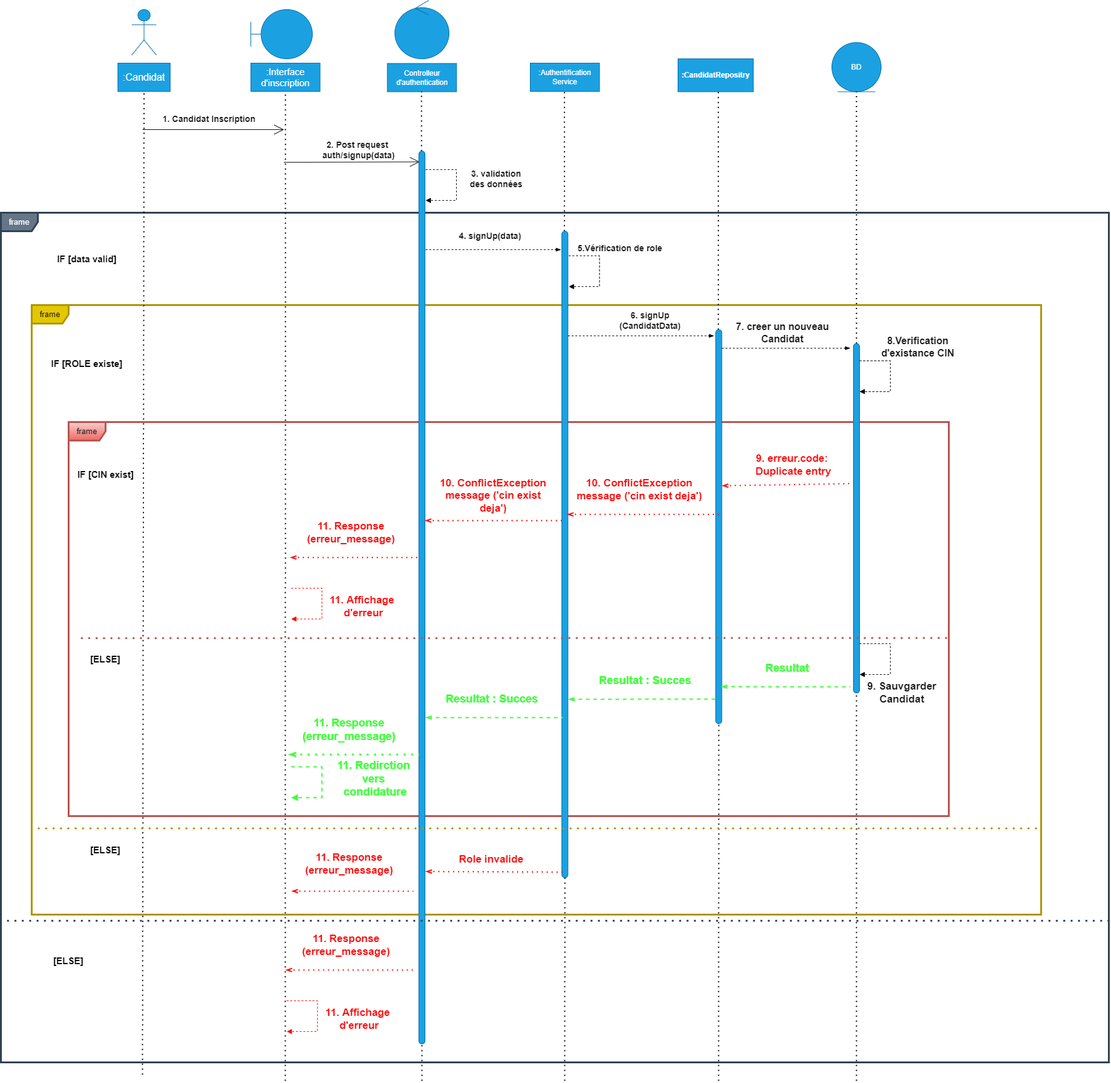
This is s'inscrir.drawio.png from yassineraddaoui/UmlPFE, a draw.io export, as it was before one commit. Source tidied: cells renumbered, new cells last; positions are measured from the earlier drawing's top-left corner, leaving out a move shared by most shapes.
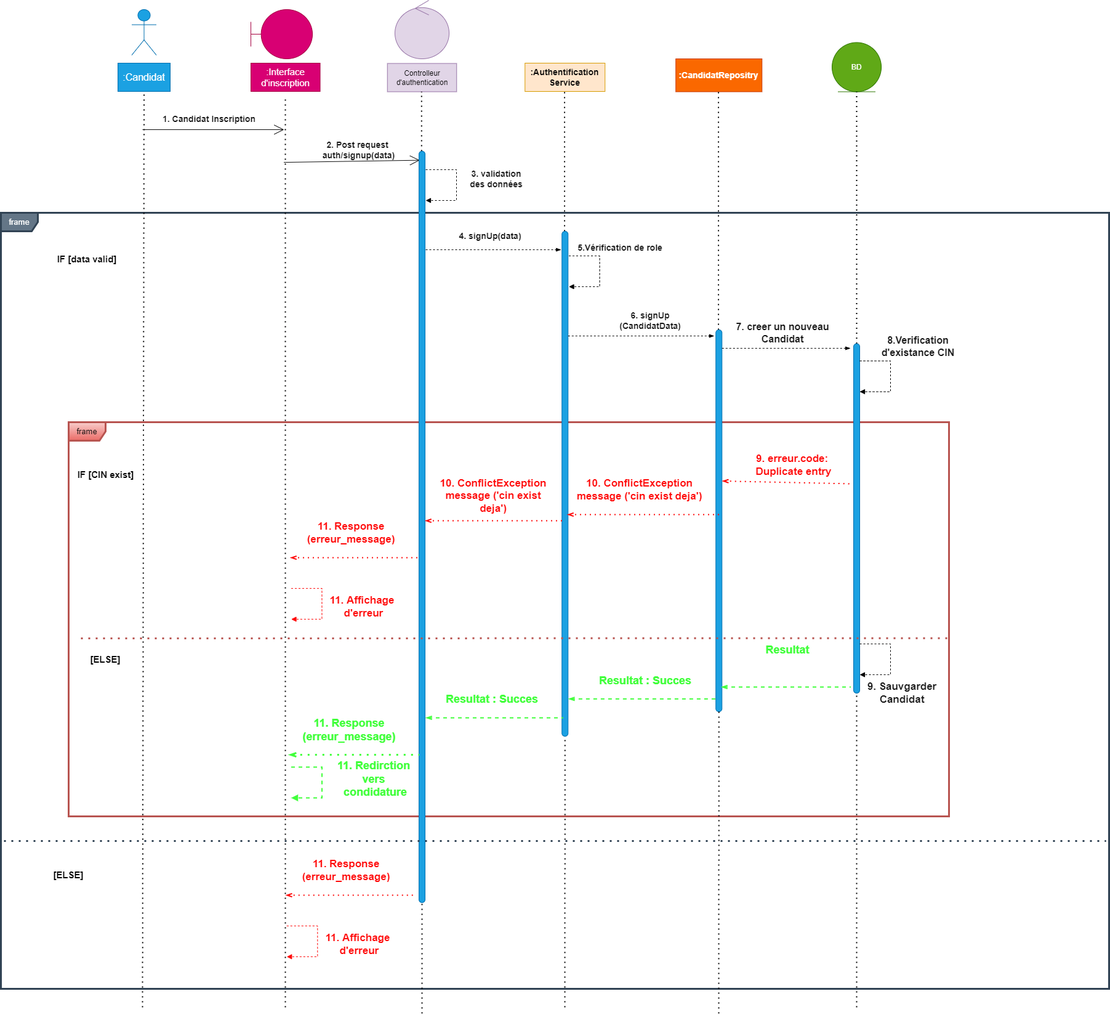
Above is the later version.

The edit, as a diff of the source:
```diff
@@ -5,7 +5,4 @@
     <mxCell id="2" value="frame" style="shape=umlFrame;whiteSpace=wrap;html=1;labelBackgroundColor=none;fontSize=13;fontColor=#ffffff;fillColor=#647687;strokeColor=#314354;strokeWidth=3;" parent="1" vertex="1">
-      <mxGeometry y="345" width="1800" height="1380" as="geometry" />
+      <mxGeometry y="345" width="1800" height="1260" as="geometry" />
     </mxCell>
-    <mxCell id="3" value="frame" style="shape=umlFrame;whiteSpace=wrap;html=1;labelBackgroundColor=none;fontSize=13;fontColor=#000000;fillColor=#e3c800;strokeColor=#B09500;strokeWidth=3;" parent="1" vertex="1">
-      <mxGeometry x="50" y="495" width="1640" height="990" as="geometry" />
-    </mxCell>
     <mxCell id="4" value="frame" style="shape=umlFrame;whiteSpace=wrap;html=1;labelBackgroundColor=none;fontSize=13;fillColor=#f8cecc;gradientColor=#ea6b66;strokeColor=#b85450;strokeWidth=3;" parent="1" vertex="1">
@@ -24,9 +21,9 @@
       <mxGeometry relative="1" as="geometry">
-        <mxPoint x="230" y="1745" as="sourcePoint" />
+        <mxPoint x="230" y="1635" as="sourcePoint" />
       </mxGeometry>
     </mxCell>
-    <mxCell id="9" style="shape=umlBoundary;whiteSpace=wrap;html=1;hachureGap=4;fillColor=#1ba1e2;fontColor=#ffffff;strokeColor=#006EAF;" parent="1" vertex="1">
+    <mxCell id="9" style="shape=umlBoundary;whiteSpace=wrap;html=1;hachureGap=4;fillColor=#d80073;fontColor=#ffffff;strokeColor=#A50040;" parent="1" vertex="1">
       <mxGeometry x="406" y="15" width="100" height="80" as="geometry" />
     </mxCell>
-    <mxCell id="10" value="&lt;font style=&quot;font-size: 15px;&quot;&gt;:Interface d'inscription&lt;/font&gt;" style="rounded=0;whiteSpace=wrap;html=1;fontColor=#ffffff;fillColor=#1ba1e2;strokeColor=#006EAF;" parent="1" vertex="1">
+    <mxCell id="10" value="&lt;font style=&quot;font-size: 15px;&quot;&gt;:Interface d'inscription&lt;/font&gt;" style="rounded=0;whiteSpace=wrap;html=1;fontColor=#ffffff;fillColor=#d80073;strokeColor=#A50040;" parent="1" vertex="1">
       <mxGeometry x="406" y="102" width="112.5" height="46" as="geometry" />
@@ -42,6 +39,6 @@
     </mxCell>
-    <mxCell id="13" style="ellipse;shape=umlControl;whiteSpace=wrap;html=1;hachureGap=4;fillColor=#1ba1e2;strokeColor=#006EAF;fontColor=#ffffff;" parent="1" vertex="1">
+    <mxCell id="13" style="ellipse;shape=umlControl;whiteSpace=wrap;html=1;hachureGap=4;fillColor=#e1d5e7;strokeColor=#9673a6;" parent="1" vertex="1">
       <mxGeometry x="640" width="88" height="95" as="geometry" />
     </mxCell>
-    <mxCell id="14" value="Controlleur d'authentication" style="rounded=0;whiteSpace=wrap;html=1;fontColor=#ffffff;fillColor=#1ba1e2;strokeColor=#006EAF;" parent="1" vertex="1">
+    <mxCell id="14" value="Controlleur d'authentication" style="rounded=0;whiteSpace=wrap;html=1;fillColor=#e1d5e7;strokeColor=#9673a6;" parent="1" vertex="1">
       <mxGeometry x="627.8" y="102.5" width="112.5" height="46" as="geometry" />
@@ -61,4 +58,4 @@
     </mxCell>
-    <mxCell id="18" value=":Authentification Service" style="rounded=0;whiteSpace=wrap;html=1;fontColor=#ffffff;fillColor=#1ba1e2;strokeColor=#006EAF;" parent="1" vertex="1">
-      <mxGeometry x="860" y="102" width="112.5" height="46" as="geometry" />
+    <mxCell id="18" value="&lt;font style=&quot;font-size: 14px;&quot;&gt;&lt;b&gt;:Authentification Service&lt;/b&gt;&lt;/font&gt;" style="rounded=0;whiteSpace=wrap;html=1;fillColor=#ffe6cc;strokeColor=#d79b00;" parent="1" vertex="1">
+      <mxGeometry x="851.2" y="102" width="130" height="46" as="geometry" />
     </mxCell>
@@ -70,3 +67,3 @@
     <mxCell id="20" style="points=[];perimeter=orthogonalPerimeter;rounded=1;shadow=0;strokeWidth=1;fillColor=#1ba1e2;fontColor=#ffffff;strokeColor=#006EAF;arcSize=50;" parent="1" vertex="1">
-      <mxGeometry x="679" y="245" width="10" height="1450" as="geometry" />
+      <mxGeometry x="679" y="245" width="10" height="1220" as="geometry" />
     </mxCell>
@@ -74,3 +71,3 @@
       <mxGeometry relative="1" as="geometry">
-        <mxPoint x="684" y="1755" as="sourcePoint" />
+        <mxPoint x="684" y="1645" as="sourcePoint" />
       </mxGeometry>
@@ -99,3 +96,3 @@
     <mxCell id="26" style="points=[];perimeter=orthogonalPerimeter;rounded=1;shadow=0;strokeWidth=1;fillColor=#1ba1e2;fontColor=#ffffff;strokeColor=#006EAF;arcSize=50;" parent="1" vertex="1">
-      <mxGeometry x="911.2" y="375" width="10" height="1050" as="geometry" />
+      <mxGeometry x="911.2" y="375" width="10" height="820" as="geometry" />
     </mxCell>
@@ -103,3 +100,3 @@
       <mxGeometry relative="1" as="geometry">
-        <mxPoint x="916" y="1755" as="sourcePoint" />
+        <mxPoint x="916" y="1635" as="sourcePoint" />
       </mxGeometry>
@@ -118,4 +115,4 @@
     </mxCell>
-    <mxCell id="30" value="&lt;b&gt;:CandidatRepositry&lt;/b&gt;" style="rounded=0;whiteSpace=wrap;html=1;fontColor=#ffffff;fillColor=#1ba1e2;strokeColor=#006EAF;" parent="1" vertex="1">
-      <mxGeometry x="1100" y="95" width="122.5" height="53.5" as="geometry" />
+    <mxCell id="30" value="&lt;b&gt;&lt;font style=&quot;font-size: 14px;&quot; color=&quot;#ffffff&quot;&gt;:CandidatRepositry&lt;/font&gt;&lt;/b&gt;" style="rounded=0;whiteSpace=wrap;html=1;fillColor=#fa6800;strokeColor=#C73500;fontColor=#000000;" parent="1" vertex="1">
+      <mxGeometry x="1096.2" y="95" width="140" height="53.5" as="geometry" />
     </mxCell>
@@ -127,3 +124,3 @@
     <mxCell id="32" style="points=[];perimeter=orthogonalPerimeter;rounded=1;shadow=0;strokeWidth=1;fillColor=#1ba1e2;fontColor=#ffffff;strokeColor=#006EAF;arcSize=50;" parent="1" vertex="1">
-      <mxGeometry x="1161.2" y="535" width="10" height="640" as="geometry" />
+      <mxGeometry x="1161.2" y="535" width="10" height="620" as="geometry" />
     </mxCell>
@@ -131,6 +128,6 @@
       <mxGeometry relative="1" as="geometry">
-        <mxPoint x="1166" y="1755" as="sourcePoint" />
+        <mxPoint x="1166" y="1645" as="sourcePoint" />
       </mxGeometry>
     </mxCell>
-    <mxCell id="34" value="BD" style="ellipse;shape=umlEntity;whiteSpace=wrap;html=1;hachureGap=4;fillColor=#1ba1e2;fontColor=#ffffff;strokeColor=#006EAF;" parent="1" vertex="1">
+    <mxCell id="34" value="BD" style="ellipse;shape=umlEntity;whiteSpace=wrap;html=1;hachureGap=4;fillColor=#60a917;fontColor=#ffffff;strokeColor=#2D7600;" parent="1" vertex="1">
       <mxGeometry x="1350" y="68.5" width="80" height="80" as="geometry" />
@@ -154,3 +151,3 @@
       <mxGeometry relative="1" as="geometry">
-        <mxPoint x="1390" y="1755" as="sourcePoint" />
+        <mxPoint x="1390" y="1635" as="sourcePoint" />
       </mxGeometry>
@@ -220,4 +217,5 @@
     </mxCell>
-    <mxCell id="53" style="endArrow=none;dashed=1;html=1;strokeWidth=2;rounded=0;fontSize=14;fontColor=#FF0808;startArrow=openThin;startFill=0;strokeColor=#41FF3B;fillColor=#60a917;exitX=0.875;exitY=0.906;exitDx=0;exitDy=0;exitPerimeter=0;" parent="1" edge="1" source="32">
+    <mxCell id="53" style="endArrow=none;dashed=1;html=1;strokeWidth=2;rounded=0;fontSize=14;fontColor=#FF0808;startArrow=openThin;startFill=0;strokeColor=#41FF3B;fillColor=#60a917;" parent="1" edge="1">
       <mxGeometry relative="1" as="geometry">
+        <mxPoint x="1170" y="1115" as="sourcePoint" />
         <mxPoint x="1380" y="1115" as="targetPoint" />
@@ -226,7 +224,7 @@
     <mxCell id="54" value="&lt;font color=&quot;#41ff3b&quot; style=&quot;font-size: 18px;&quot;&gt;&lt;b style=&quot;font-size: 18px;&quot;&gt;Resultat&lt;/b&gt;&lt;/font&gt;" style="text;html=1;strokeColor=none;fillColor=none;align=center;verticalAlign=middle;whiteSpace=wrap;rounded=0;labelBackgroundColor=#FFFFFF;fontSize=18;fontColor=#FF0808;" parent="1" vertex="1">
-      <mxGeometry x="1180" y="1065" width="196.2" height="40" as="geometry" />
+      <mxGeometry x="1180" y="1035" width="196.2" height="40" as="geometry" />
     </mxCell>
-    <mxCell id="55" style="endArrow=none;dashed=1;html=1;strokeWidth=2;rounded=0;fontSize=14;fontColor=#FF0808;startArrow=openThin;startFill=0;strokeColor=#41FF3B;fillColor=#60a917;exitX=1.069;exitY=0.724;exitDx=0;exitDy=0;exitPerimeter=0;" parent="1" edge="1" source="26">
+    <mxCell id="55" style="endArrow=none;dashed=1;html=1;strokeWidth=2;rounded=0;fontSize=14;fontColor=#FF0808;startArrow=openThin;startFill=0;strokeColor=#41FF3B;fillColor=#60a917;" parent="1" edge="1" target="32">
       <mxGeometry relative="1" as="geometry">
-        <mxPoint x="1161.2" y="1135" as="targetPoint" />
+        <mxPoint x="921.9" y="1134.3" as="sourcePoint" />
       </mxGeometry>
@@ -254,20 +252,2 @@
     </mxCell>
-    <mxCell id="61" style="endArrow=none;dashed=1;html=1;dashPattern=1 3;strokeWidth=2;rounded=0;fontSize=14;fontColor=#FF0808;startArrow=openThin;startFill=0;strokeColor=#FF0808;" parent="1" edge="1">
-      <mxGeometry relative="1" as="geometry">
-        <mxPoint x="690" y="1415" as="sourcePoint" />
-        <mxPoint x="913.3" y="1416" as="targetPoint" />
-      </mxGeometry>
-    </mxCell>
-    <mxCell id="62" value="&lt;b&gt;Role invalide&lt;/b&gt;" style="text;html=1;strokeColor=none;fillColor=none;align=center;verticalAlign=middle;whiteSpace=wrap;rounded=0;labelBackgroundColor=#FFFFFF;fontSize=17;fontColor=#FF0808;" parent="1" vertex="1">
-      <mxGeometry x="707.4" y="1366" width="179.6" height="60" as="geometry" />
-    </mxCell>
-    <mxCell id="63" style="endArrow=none;dashed=1;html=1;dashPattern=1 3;strokeWidth=2;rounded=0;fontSize=14;fontColor=#FF0808;startArrow=openThin;startFill=0;strokeColor=#FF0808;exitX=1.24;exitY=0.81;exitDx=0;exitDy=0;exitPerimeter=0;" parent="1" edge="1">
-      <mxGeometry relative="1" as="geometry">
-        <mxPoint x="472.4" y="1446.9" as="sourcePoint" />
-        <mxPoint x="670" y="1447" as="targetPoint" />
-      </mxGeometry>
-    </mxCell>
-    <mxCell id="64" value="&lt;b&gt;11. Response (erreur_message)&lt;/b&gt;" style="text;html=1;strokeColor=none;fillColor=none;align=center;verticalAlign=middle;whiteSpace=wrap;rounded=0;labelBackgroundColor=#FFFFFF;fontSize=17;fontColor=#FF0808;" parent="1" vertex="1">
-      <mxGeometry x="476.2" y="1373" width="179.6" height="60" as="geometry" />
-    </mxCell>
     <mxCell id="65" style="endArrow=block;html=1;rounded=0;dashed=1;fontSize=14;fontColor=#1BA1E2;edgeStyle=orthogonalEdgeStyle;endFill=1;strokeColor=#FF0808;" parent="1" edge="1">
@@ -298,12 +278,6 @@
       <mxGeometry relative="1" as="geometry">
-        <mxPoint x="10" y="1495" as="sourcePoint" />
-        <mxPoint x="1800" y="1495" as="targetPoint" />
+        <mxPoint x="5" y="1365" as="sourcePoint" />
+        <mxPoint x="1795" y="1365" as="targetPoint" />
       </mxGeometry>
     </mxCell>
-    <mxCell id="70" style="endArrow=none;dashed=1;html=1;dashPattern=1 3;strokeWidth=3;rounded=0;fontSize=13;fontColor=default;fillColor=#e3c800;strokeColor=#B09500;" parent="1" edge="1">
-      <mxGeometry relative="1" as="geometry">
-        <mxPoint x="60" y="1345" as="sourcePoint" />
-        <mxPoint x="1690" y="1345" as="targetPoint" />
-      </mxGeometry>
-    </mxCell>
     <mxCell id="71" style="endArrow=none;dashed=1;html=1;dashPattern=1 3;strokeWidth=3;rounded=0;fontSize=13;fontColor=default;endSize=0;entryX=1.004;entryY=0.548;entryDx=0;entryDy=0;entryPerimeter=0;fillColor=#f8cecc;gradientColor=#ea6b66;strokeColor=#b85450;" parent="1" edge="1" target="4">
@@ -315,4 +289,4 @@
       <mxGeometry relative="1" as="geometry">
-        <mxPoint x="462.8" y="1575" as="sourcePoint" />
-        <mxPoint x="674.2" y="1575" as="targetPoint" />
+        <mxPoint x="462.8" y="1453" as="sourcePoint" />
+        <mxPoint x="674.2" y="1453" as="targetPoint" />
       </mxGeometry>
@@ -320,3 +294,3 @@
     <mxCell id="73" value="&lt;b&gt;11. Response (erreur_message)&lt;/b&gt;" style="text;html=1;strokeColor=none;fillColor=none;align=center;verticalAlign=middle;whiteSpace=wrap;rounded=0;labelBackgroundColor=#FFFFFF;fontSize=17;fontColor=#FF0808;" parent="1" vertex="1">
-      <mxGeometry x="471.5" y="1505" width="179.6" height="60" as="geometry" />
+      <mxGeometry x="471.5" y="1383" width="179.6" height="60" as="geometry" />
     </mxCell>
@@ -324,6 +298,6 @@
       <mxGeometry relative="1" as="geometry">
-        <mxPoint x="464.3" y="1624.9" as="sourcePoint" />
-        <mxPoint x="464.3" y="1674.9" as="targetPoint" />
+        <mxPoint x="464.3" y="1502.9" as="sourcePoint" />
+        <mxPoint x="464.3" y="1552.9" as="targetPoint" />
         <Array as="points">
-          <mxPoint x="514.3" y="1624.9" />
+          <mxPoint x="514.3" y="1502.9" />
         </Array>
@@ -332,3 +306,3 @@
     <mxCell id="75" value="&lt;b&gt;11. Affichage&lt;br&gt;&amp;nbsp;d'erreur&lt;/b&gt;" style="text;html=1;strokeColor=none;fillColor=none;align=center;verticalAlign=middle;whiteSpace=wrap;rounded=0;labelBackgroundColor=#FFFFFF;fontSize=17;fontColor=#FF0808;" parent="1" vertex="1">
-      <mxGeometry x="487.8" y="1625" width="184" height="60" as="geometry" />
+      <mxGeometry x="487.8" y="1503" width="184" height="60" as="geometry" />
     </mxCell>
@@ -338,5 +312,2 @@
     </mxCell>
-    <mxCell id="78" value="IF [ROLE existe]" style="text;html=1;strokeColor=none;fillColor=none;align=center;verticalAlign=middle;whiteSpace=wrap;rounded=0;labelBackgroundColor=none;fontSize=15;fontColor=default;fontStyle=1;" parent="76" vertex="1">
-      <mxGeometry x="70" y="575" width="140" height="30" as="geometry" />
-    </mxCell>
     <mxCell id="79" value="IF [CIN exist]" style="text;html=1;strokeColor=none;fillColor=none;align=center;verticalAlign=middle;whiteSpace=wrap;rounded=0;labelBackgroundColor=none;fontSize=15;fontColor=default;fontStyle=1;" parent="76" vertex="1">
@@ -345,7 +316,4 @@
     <mxCell id="80" value="[ELSE]" style="text;html=1;strokeColor=none;fillColor=none;align=center;verticalAlign=middle;whiteSpace=wrap;rounded=0;labelBackgroundColor=none;fontSize=15;fontColor=default;fontStyle=1;" parent="76" vertex="1">
-      <mxGeometry x="80" y="1545" width="60" height="30" as="geometry" />
+      <mxGeometry x="80" y="1405" width="60" height="30" as="geometry" />
     </mxCell>
-    <mxCell id="81" value="[ELSE]" style="text;html=1;strokeColor=none;fillColor=none;align=center;verticalAlign=middle;whiteSpace=wrap;rounded=0;labelBackgroundColor=none;fontSize=15;fontColor=default;fontStyle=1;" parent="76" vertex="1">
-      <mxGeometry x="140" y="1365" width="60" height="30" as="geometry" />
-    </mxCell>
     <mxCell id="82" value="[ELSE]" style="text;html=1;strokeColor=none;fillColor=none;align=center;verticalAlign=middle;whiteSpace=wrap;rounded=0;labelBackgroundColor=none;fontSize=15;fontColor=default;fontStyle=1;" parent="76" vertex="1">
@@ -356,5 +324,6 @@
     </mxCell>
-    <mxCell id="84" style="endArrow=none;dashed=1;html=1;dashPattern=1 3;strokeWidth=2;rounded=0;fontSize=16;fontColor=#1BA1E2;fontStyle=1;entryX=0.5;entryY=1;entryDx=0;entryDy=0;" parent="76" edge="1" target="10">
+    <mxCell id="84" style="endArrow=none;dashed=1;html=1;dashPattern=1 3;strokeWidth=2;rounded=0;fontSize=16;fontColor=#1BA1E2;fontStyle=1;" parent="76" edge="1">
       <mxGeometry relative="1" as="geometry">
-        <mxPoint x="462" y="1755" as="sourcePoint" />
+        <mxPoint x="462" y="1635" as="sourcePoint" />
+        <mxPoint x="462" y="155" as="targetPoint" />
       </mxGeometry>
```
